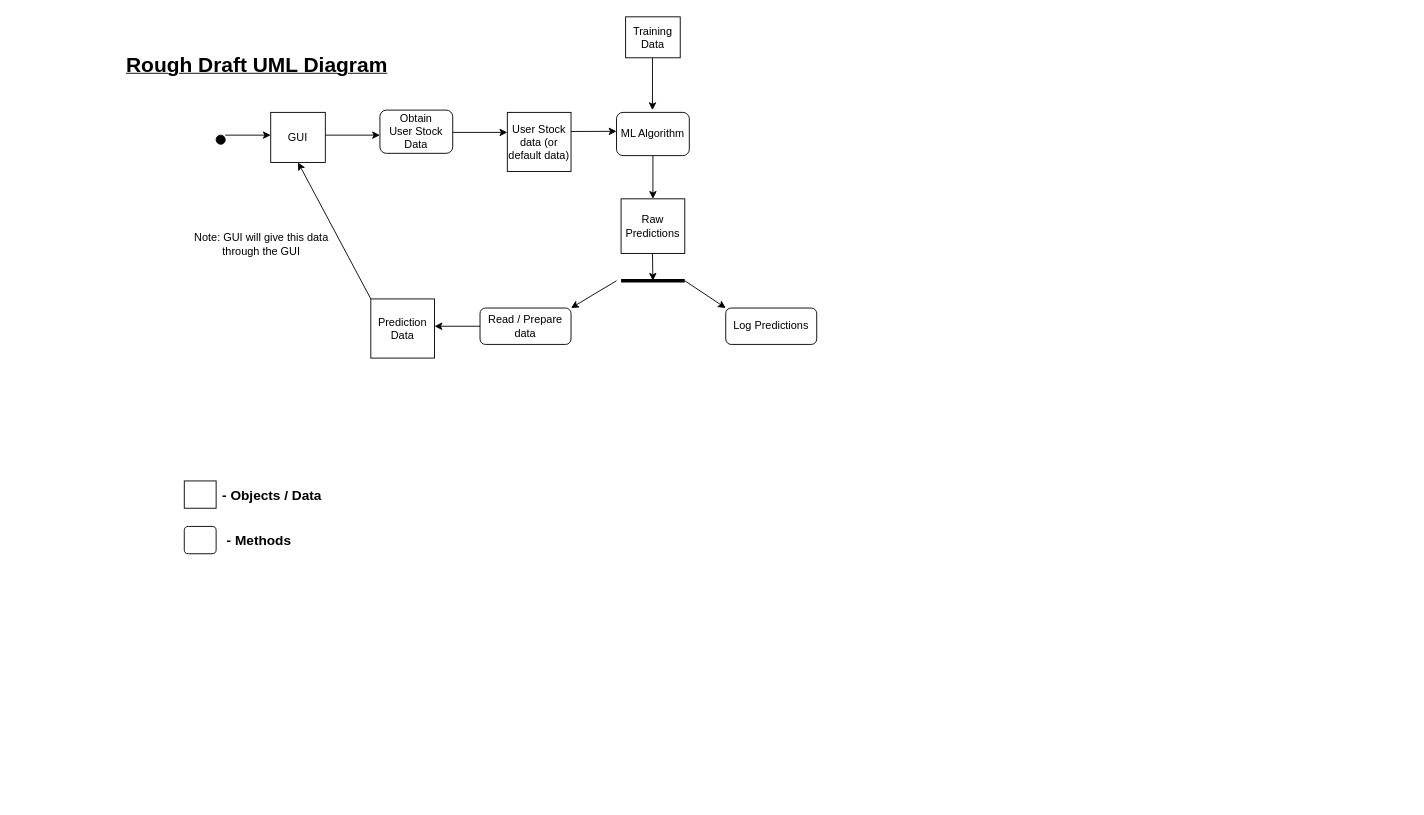
The draw.io diagram Diagrams/Untitled Diagram.drawio in viewtifultiger/Comp380Project, before the edit. Source tidied: cells renumbered, new cells numbered last; positions are measured from the earlier drawing's top-left corner, leaving out a move shared by most shapes. Both pictures are drawn from the tidied source at 91%, with x=0, y=0 at pixel (79, 16).
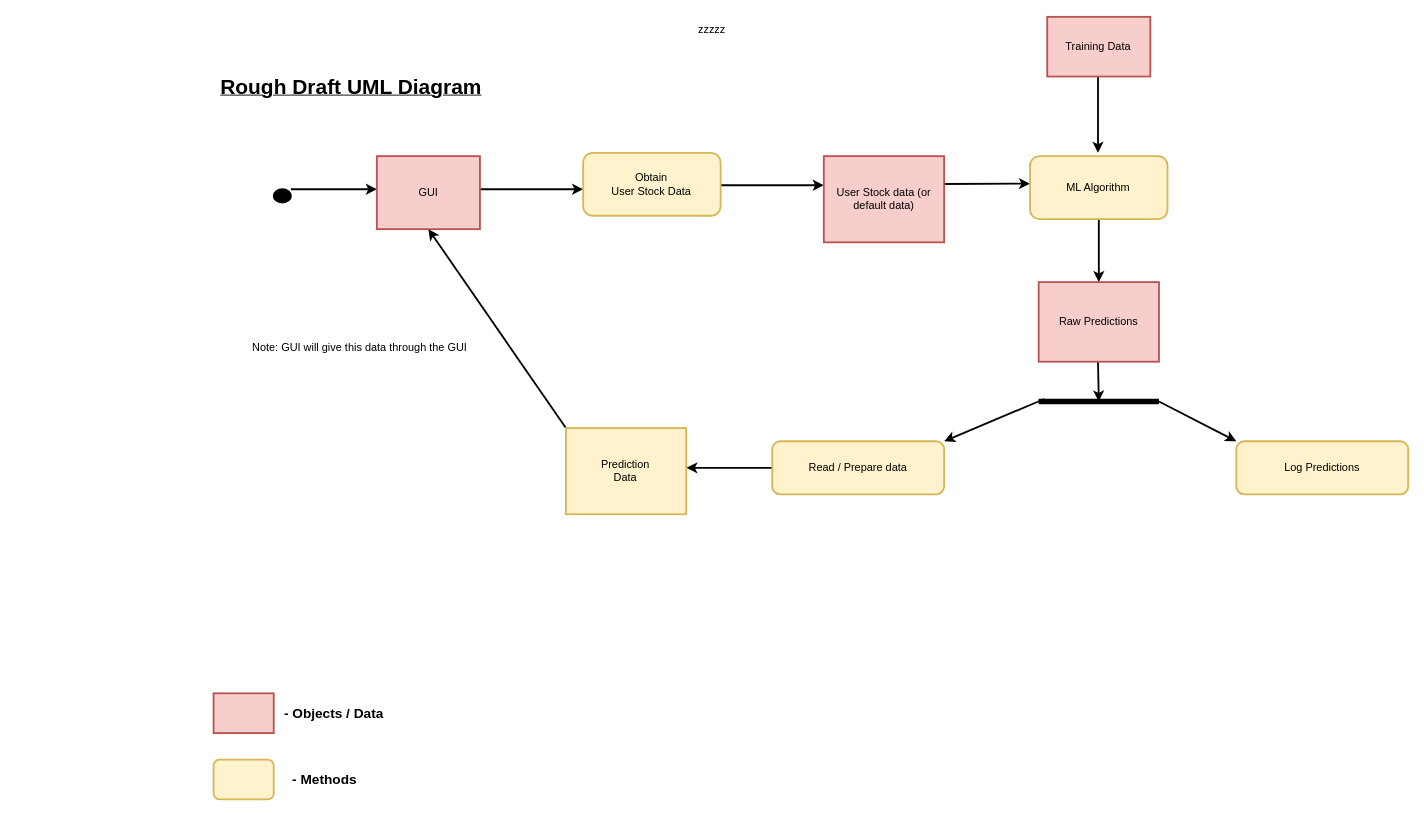
Above is the later version.

Commit message:
Rough_Draft_UML .drawio

What changed in the source:
```diff
@@
+    <mxCell id="30" value="zzzzz" style="group;" parent="1" vertex="1">
+      <mxGeometry x="-70" width="1530" height="860" as="geometry" />
+    </mxCell>
-    <mxCell id="2" style="ellipse;whiteSpace=wrap;html=1;fillColor=#000000;" parent="1" vertex="1">
-      <mxGeometry x="150" y="130" width="10" height="10" as="geometry" />
+    <mxCell id="2" style="ellipse;whiteSpace=wrap;html=1;fillColor=#000000;strokeWidth=2;" parent="30" vertex="1">
+      <mxGeometry x="283.3" y="189.5" width="18.9" height="14.6" as="geometry" />
     </mxCell>
-    <mxCell id="3" style="endArrow=classic;html=1;rounded=0;" parent="1" edge="1">
+    <mxCell id="3" style="endArrow=classic;html=1;rounded=0;strokeWidth=2;" parent="30" edge="1">
       <mxGeometry relative="1" as="geometry">
-        <mxPoint x="160" y="130" as="sourcePoint" />
-        <mxPoint x="210" y="130" as="targetPoint" />
+        <mxPoint x="302.2" y="189.5" as="sourcePoint" />
+        <mxPoint x="396.7" y="189.5" as="targetPoint" />
       </mxGeometry>
     </mxCell>
-    <mxCell id="4" value="GUI" style="rounded=0;whiteSpace=wrap;html=1;" parent="1" vertex="1">
-      <mxGeometry x="210" y="105" width="60" height="55" as="geometry" />
-    </mxCell>
-    <mxCell id="5" style="endArrow=classic;html=1;rounded=0;" parent="1" edge="1">
+    <mxCell id="5" style="endArrow=classic;html=1;rounded=0;strokeWidth=2;" parent="30" edge="1">
       <mxGeometry relative="1" as="geometry">
-        <mxPoint x="270" y="130" as="sourcePoint" />
-        <mxPoint x="330" y="130" as="targetPoint" />
+        <mxPoint x="510" y="189.5" as="sourcePoint" />
+        <mxPoint x="623.3" y="189.5" as="targetPoint" />
       </mxGeometry>
     </mxCell>
-    <mxCell id="6" value="&lt;div&gt;Obtain&lt;/div&gt;&lt;div&gt;User Stock Data&lt;/div&gt;" style="rounded=1;whiteSpace=wrap;html=1;" parent="1" vertex="1">
-      <mxGeometry x="330" y="102.5" width="80" height="47.5" as="geometry" />
-    </mxCell>
-    <mxCell id="7" value="&lt;div&gt;User Stock data (or default data)&lt;br&gt;&lt;/div&gt;" style="rounded=0;whiteSpace=wrap;html=1;" parent="1" vertex="1">
-      <mxGeometry x="470" y="105" width="70" height="65" as="geometry" />
-    </mxCell>
-    <mxCell id="8" style="endArrow=classic;html=1;rounded=0;" parent="1" edge="1">
+    <mxCell id="8" style="endArrow=classic;html=1;rounded=0;strokeWidth=2;" parent="30" edge="1">
       <mxGeometry relative="1" as="geometry">
-        <mxPoint x="410" y="127" as="sourcePoint" />
-        <mxPoint x="470" y="127" as="targetPoint" />
+        <mxPoint x="774.4" y="185.1" as="sourcePoint" />
+        <mxPoint x="887.8" y="185.1" as="targetPoint" />
       </mxGeometry>
     </mxCell>
-    <mxCell id="9" style="endArrow=classic;html=1;rounded=0;" parent="1" edge="1">
+    <mxCell id="9" style="endArrow=classic;html=1;rounded=0;strokeWidth=2;" parent="30" edge="1">
       <mxGeometry relative="1" as="geometry">
-        <mxPoint x="540" y="126" as="sourcePoint" />
-        <mxPoint x="590" y="125.8" as="targetPoint" />
+        <mxPoint x="1020" y="183.7" as="sourcePoint" />
+        <mxPoint x="1114.4" y="183.3" as="targetPoint" />
       </mxGeometry>
     </mxCell>
-    <mxCell id="10" value="ML Algorithm" style="rounded=1;whiteSpace=wrap;html=1;" parent="1" vertex="1">
-      <mxGeometry x="590" y="105" width="80" height="47.5" as="geometry" />
-    </mxCell>
-    <mxCell id="11" style="endArrow=classic;html=1;rounded=0;" parent="1" edge="1">
+    <mxCell id="11" style="endArrow=classic;html=1;rounded=0;strokeWidth=2;" parent="30" edge="1">
       <mxGeometry relative="1" as="geometry">
-        <mxPoint x="629.5" y="45" as="sourcePoint" />
-        <mxPoint x="629.5" y="102.5" as="targetPoint" />
+        <mxPoint x="1189.1" y="65.6" as="sourcePoint" />
+        <mxPoint x="1189.1" y="149.4" as="targetPoint" />
       </mxGeometry>
     </mxCell>
-    <mxCell id="12" value="Training Data" style="rounded=0;whiteSpace=wrap;html=1;" parent="1" vertex="1">
-      <mxGeometry x="600" width="60" height="45" as="geometry" />
-    </mxCell>
-    <mxCell id="13" style="endArrow=classic;html=1;rounded=0;" parent="1" edge="1">
+    <mxCell id="13" style="endArrow=classic;html=1;rounded=0;strokeWidth=2;" parent="30" edge="1">
       <mxGeometry relative="1" as="geometry">
-        <mxPoint x="630" y="152.5" as="sourcePoint" />
-        <mxPoint x="630" y="200" as="targetPoint" />
+        <mxPoint x="1190" y="222.3" as="sourcePoint" />
+        <mxPoint x="1190" y="291.5" as="targetPoint" />
       </mxGeometry>
     </mxCell>
-    <mxCell id="14" value="&lt;div&gt;Raw Predictions&lt;/div&gt;" style="rounded=0;whiteSpace=wrap;html=1;" parent="1" vertex="1">
-      <mxGeometry x="595" y="200" width="70" height="60" as="geometry" />
-    </mxCell>
-    <mxCell id="15" style="endArrow=classic;html=1;rounded=0;" parent="1" edge="1">
+    <mxCell id="15" style="endArrow=classic;html=1;rounded=0;strokeWidth=2;" parent="30" edge="1">
       <mxGeometry relative="1" as="geometry">
-        <mxPoint x="665" y="290" as="sourcePoint" />
-        <mxPoint x="710" y="320" as="targetPoint" />
+        <mxPoint x="1256.1" y="422.7" as="sourcePoint" />
+        <mxPoint x="1341.1" y="466.4" as="targetPoint" />
       </mxGeometry>
     </mxCell>
-    <mxCell id="16" style="endArrow=none;html=1;rounded=0;strokeWidth=4;" parent="1" edge="1">
+    <mxCell id="16" style="endArrow=none;html=1;rounded=0;strokeWidth=6;" parent="30" edge="1">
       <mxGeometry relative="1" as="geometry">
-        <mxPoint x="595" y="290" as="sourcePoint" />
-        <mxPoint x="665" y="290" as="targetPoint" />
+        <mxPoint x="1123.9" y="422.7" as="sourcePoint" />
+        <mxPoint x="1256.1" y="422.7" as="targetPoint" />
       </mxGeometry>
     </mxCell>
-    <mxCell id="17" style="endArrow=classic;html=1;rounded=0;" parent="1" edge="1">
+    <mxCell id="17" style="endArrow=classic;html=1;rounded=0;strokeWidth=2;" parent="30" edge="1">
       <mxGeometry relative="1" as="geometry">
-        <mxPoint x="629.5" y="260" as="sourcePoint" />
-        <mxPoint x="630" y="290" as="targetPoint" />
+        <mxPoint x="1189.1" y="379" as="sourcePoint" />
+        <mxPoint x="1190" y="422.7" as="targetPoint" />
       </mxGeometry>
     </mxCell>
-    <mxCell id="18" value="Log Predictions" style="rounded=1;whiteSpace=wrap;html=1;" parent="1" vertex="1">
-      <mxGeometry x="710" y="320" width="100" height="40" as="geometry" />
+    <mxCell id="18" value="Log Predictions" style="rounded=1;whiteSpace=wrap;html=1;strokeWidth=2;fillColor=#fff2cc;strokeColor=#d6b656;" parent="30" vertex="1">
+      <mxGeometry x="1341.1" y="466.4" width="188.9" height="58.3" as="geometry" />
     </mxCell>
-    <mxCell id="19" style="endArrow=classic;html=1;rounded=0;" parent="1" edge="1">
+    <mxCell id="19" style="endArrow=classic;html=1;rounded=0;strokeWidth=2;" parent="30" edge="1">
       <mxGeometry relative="1" as="geometry">
-        <mxPoint x="590" y="290" as="sourcePoint" />
-        <mxPoint x="540" y="320" as="targetPoint" />
+        <mxPoint x="1130" y="420" as="sourcePoint" />
+        <mxPoint x="1020" y="466.4" as="targetPoint" />
       </mxGeometry>
     </mxCell>
+    <mxCell id="21" style="endArrow=classic;html=1;rounded=0;strokeWidth=2;" parent="30" edge="1">
+      <mxGeometry relative="1" as="geometry">
+        <mxPoint x="831.1" y="495.6" as="sourcePoint" />
+        <mxPoint x="736.7" y="495.6" as="targetPoint" />
+      </mxGeometry>
+    </mxCell>
+    <mxCell id="23" style="endArrow=classic;html=1;rounded=0;entryX=0.5;entryY=1;entryDx=0;entryDy=0;strokeWidth=2;" parent="30" edge="1" target="4">
+      <mxGeometry relative="1" as="geometry">
+        <mxPoint x="604.4" y="451.9" as="sourcePoint" />
+      </mxGeometry>
+    </mxCell>
+    <mxCell id="25" value="&lt;b&gt;&lt;u&gt;&lt;font style=&quot;font-size: 23px;&quot;&gt;Rough Draft UML Diagram&lt;/font&gt;&lt;/u&gt;&lt;/b&gt;" style="text;html=1;align=center;verticalAlign=middle;whiteSpace=wrap;rounded=0;strokeWidth=2;" parent="30" vertex="1">
+      <mxGeometry y="43.7" width="736.7" height="65.6" as="geometry" />
+    </mxCell>
+    <mxCell id="31" style="group;" parent="30" vertex="1">
+      <mxGeometry x="217.2" width="1048.3" height="860" as="geometry" />
+    </mxCell>
+    <mxCell id="4" value="GUI" style="rounded=0;whiteSpace=wrap;html=1;strokeWidth=2;fillColor=#f8cecc;strokeColor=#b85450;" parent="31" vertex="1">
+      <mxGeometry x="179.4" y="153.1" width="113.3" height="80.2" as="geometry" />
+    </mxCell>
+    <mxCell id="6" value="&lt;div&gt;Obtain&lt;/div&gt;&lt;div&gt;User Stock Data&lt;/div&gt;" style="rounded=1;whiteSpace=wrap;html=1;strokeWidth=2;fillColor=#fff2cc;strokeColor=#d6b656;" parent="31" vertex="1">
+      <mxGeometry x="406.1" y="149.4" width="151.1" height="69.2" as="geometry" />
+    </mxCell>
+    <mxCell id="7" value="&lt;div&gt;User Stock data (or default data)&lt;br&gt;&lt;/div&gt;" style="rounded=0;whiteSpace=wrap;html=1;strokeWidth=2;fillColor=#f8cecc;strokeColor=#b85450;" parent="31" vertex="1">
+      <mxGeometry x="670.6" y="153.1" width="132.2" height="94.7" as="geometry" />
+    </mxCell>
+    <mxCell id="10" value="ML Algorithm" style="rounded=1;whiteSpace=wrap;html=1;strokeWidth=2;fillColor=#fff2cc;strokeColor=#d6b656;" parent="31" vertex="1">
+      <mxGeometry x="897.2" y="153.1" width="151.1" height="69.2" as="geometry" />
+    </mxCell>
+    <mxCell id="12" value="Training Data" style="rounded=0;whiteSpace=wrap;html=1;strokeWidth=2;fillColor=#f8cecc;strokeColor=#b85450;" parent="31" vertex="1">
+      <mxGeometry x="916.1" width="113.3" height="65.6" as="geometry" />
+    </mxCell>
+    <mxCell id="14" value="&lt;div&gt;Raw Predictions&lt;/div&gt;" style="rounded=0;whiteSpace=wrap;html=1;strokeWidth=2;fillColor=#f8cecc;strokeColor=#b85450;" parent="31" vertex="1">
+      <mxGeometry x="906.7" y="291.5" width="132.2" height="87.5" as="geometry" />
+    </mxCell>
-    <mxCell id="20" value="Read / Prepare data" style="rounded=1;whiteSpace=wrap;html=1;" parent="1" vertex="1">
-      <mxGeometry x="440" y="320" width="100" height="40" as="geometry" />
+    <mxCell id="20" value="Read / Prepare data" style="rounded=1;whiteSpace=wrap;html=1;strokeWidth=2;fillColor=#fff2cc;strokeColor=#d6b656;" parent="31" vertex="1">
+      <mxGeometry x="613.9" y="466.4" width="188.9" height="58.3" as="geometry" />
     </mxCell>
-    <mxCell id="21" style="endArrow=classic;html=1;rounded=0;" parent="1" edge="1">
-      <mxGeometry relative="1" as="geometry">
-        <mxPoint x="440" y="340" as="sourcePoint" />
-        <mxPoint x="390" y="340" as="targetPoint" />
-      </mxGeometry>
-    </mxCell>
-    <mxCell id="22" value="&lt;div&gt;Prediction&lt;/div&gt;&lt;div&gt;Data&lt;br&gt;&lt;/div&gt;" style="rounded=0;whiteSpace=wrap;html=1;" parent="1" vertex="1">
-      <mxGeometry x="320" y="310" width="70" height="65" as="geometry" />
+    <mxCell id="22" value="&lt;div&gt;Prediction&lt;/div&gt;&lt;div&gt;Data&lt;br&gt;&lt;/div&gt;" style="rounded=0;whiteSpace=wrap;html=1;strokeWidth=2;fillColor=#fff2cc;strokeColor=#d6b656;" parent="31" vertex="1">
+      <mxGeometry x="387.2" y="451.9" width="132.2" height="94.7" as="geometry" />
     </mxCell>
-    <mxCell id="23" style="endArrow=classic;html=1;rounded=0;entryX=0.5;entryY=1;entryDx=0;entryDy=0;" parent="1" edge="1" target="4">
-      <mxGeometry relative="1" as="geometry">
-        <mxPoint x="320" y="310" as="sourcePoint" />
-      </mxGeometry>
-    </mxCell>
-    <mxCell id="24" value="&lt;div&gt;Note: GUI will give this data through the GUI&lt;/div&gt;" style="text;html=1;align=center;verticalAlign=middle;whiteSpace=wrap;rounded=0;" parent="1" vertex="1">
-      <mxGeometry x="120" y="230" width="160" height="40" as="geometry" />
+    <mxCell id="24" value="&lt;div&gt;Note: GUI will give this data through the GUI&lt;/div&gt;" style="text;html=1;align=center;verticalAlign=middle;whiteSpace=wrap;rounded=0;strokeWidth=2;" parent="31" vertex="1">
+      <mxGeometry x="9.4" y="335.3" width="302.2" height="58.3" as="geometry" />
     </mxCell>
-    <mxCell id="25" value="&lt;b&gt;&lt;u&gt;&lt;font style=&quot;font-size: 23px;&quot;&gt;Rough Draft UML Diagram&lt;/font&gt;&lt;/u&gt;&lt;/b&gt;" style="text;html=1;align=center;verticalAlign=middle;whiteSpace=wrap;rounded=0;" parent="1" vertex="1">
-      <mxGeometry y="30" width="390" height="45" as="geometry" />
-    </mxCell>
-    <mxCell id="26" style="rounded=0;whiteSpace=wrap;html=1;" parent="1" vertex="1">
-      <mxGeometry x="115" y="510" width="35" height="30" as="geometry" />
+    <mxCell id="26" style="rounded=0;whiteSpace=wrap;html=1;strokeWidth=2;fillColor=#f8cecc;strokeColor=#b85450;" parent="31" vertex="1">
+      <mxGeometry y="743.4" width="66.1" height="43.7" as="geometry" />
     </mxCell>
-    <mxCell id="27" value="&lt;div style=&quot;font-size: 15px;&quot; align=&quot;left&quot;&gt;&lt;b&gt;- Objects / Data&lt;br&gt;&lt;/b&gt;&lt;/div&gt;" style="text;html=1;align=left;verticalAlign=middle;whiteSpace=wrap;rounded=0;" parent="1" vertex="1">
-      <mxGeometry x="155" y="510" width="115" height="30" as="geometry" />
+    <mxCell id="27" value="&lt;div style=&quot;font-size: 15px;&quot; align=&quot;left&quot;&gt;&lt;b&gt;- Objects / Data&lt;br&gt;&lt;/b&gt;&lt;/div&gt;" style="text;html=1;align=left;verticalAlign=middle;whiteSpace=wrap;rounded=0;strokeWidth=2;" parent="31" vertex="1">
+      <mxGeometry x="75.6" y="743.4" width="217.2" height="43.7" as="geometry" />
     </mxCell>
-    <mxCell id="28" style="rounded=1;whiteSpace=wrap;html=1;" parent="1" vertex="1">
-      <mxGeometry x="115" y="560" width="35" height="30" as="geometry" />
+    <mxCell id="28" style="rounded=1;whiteSpace=wrap;html=1;strokeWidth=2;fillColor=#fff2cc;strokeColor=#d6b656;" parent="31" vertex="1">
+      <mxGeometry y="816.3" width="66.1" height="43.7" as="geometry" />
     </mxCell>
-    <mxCell id="29" value="&lt;div style=&quot;font-size: 15px;&quot; align=&quot;left&quot;&gt;&lt;b&gt;- Methods&lt;br&gt;&lt;/b&gt;&lt;/div&gt;" style="text;html=1;align=left;verticalAlign=middle;whiteSpace=wrap;rounded=0;" parent="1" vertex="1">
-      <mxGeometry x="160" y="560" width="115" height="30" as="geometry" />
+    <mxCell id="29" value="&lt;div style=&quot;font-size: 15px;&quot; align=&quot;left&quot;&gt;&lt;b&gt;- Methods&lt;br&gt;&lt;/b&gt;&lt;/div&gt;" style="text;html=1;align=left;verticalAlign=middle;whiteSpace=wrap;rounded=0;strokeWidth=2;" parent="31" vertex="1">
+      <mxGeometry x="85" y="816.3" width="217.2" height="43.7" as="geometry" />
     </mxCell>
```
